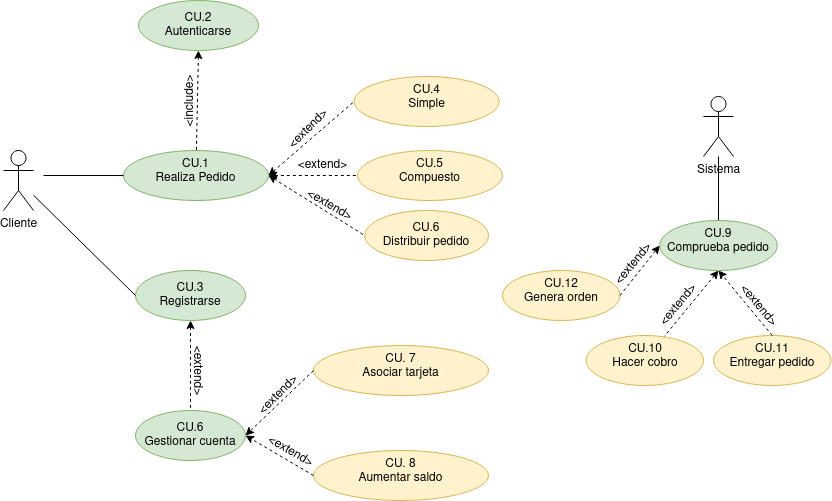
Above: Tareas/casosUso/Tarea5-Tienda Virtual/TiendaVirtual.drawio.png in colidom/ets (draw.io), before the change. Source tidied: cells renumbered, new cells last; positions are measured from the earlier drawing's top-left corner, leaving out a move shared by most shapes.
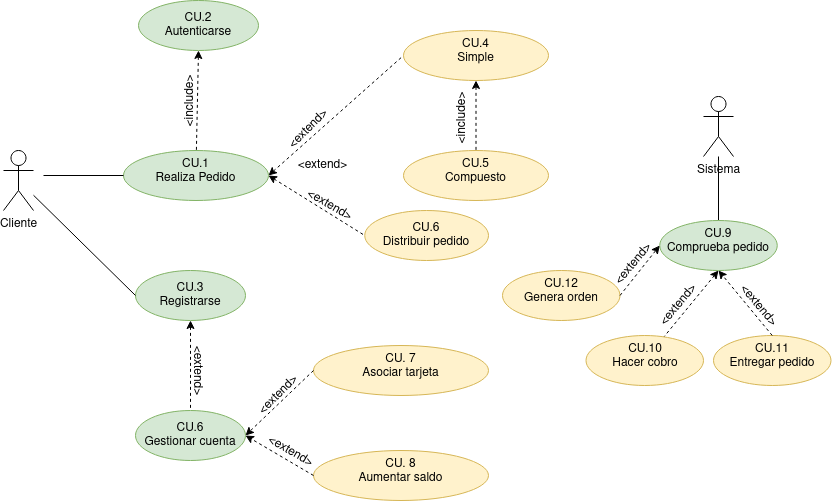
After the change.

What changed in the source:
```diff
@@ -49,12 +49,12 @@
       </mxGeometry>
     </mxCell>
     <mxCell id="16" value="&lt;div&gt;CU.4&lt;/div&gt;&lt;div&gt;Simple&lt;/div&gt;" style="ellipse;whiteSpace=wrap;html=1;verticalAlign=top;fillColor=#fff2cc;strokeColor=#d6b656;" parent="1" vertex="1">
-      <mxGeometry x="350.6" y="76" width="145" height="50" as="geometry" />
+      <mxGeometry x="400" y="30" width="145" height="50" as="geometry" />
     </mxCell>
     <mxCell id="17" value="&lt;div&gt;CU.5&lt;/div&gt;&lt;div&gt;Compuesto&lt;/div&gt;" style="ellipse;whiteSpace=wrap;html=1;verticalAlign=top;fillColor=#fff2cc;strokeColor=#d6b656;" parent="1" vertex="1">
-      <mxGeometry x="354" y="150" width="145" height="50" as="geometry" />
+      <mxGeometry x="400" y="150" width="145" height="50" as="geometry" />
     </mxCell>
-    <mxCell id="18" style="rounded=0;jettySize=auto;html=1;exitX=1;exitY=0.5;exitDx=0;exitDy=0;entryX=0;entryY=0.5;entryDx=0;entryDy=0;startArrow=classic;startFill=1;endArrow=none;endFill=0;dashed=1;" parent="1" edge="1" source="4" target="17">
+    <mxCell id="18" style="rounded=0;jettySize=auto;html=1;exitX=0.5;exitY=1;exitDx=0;exitDy=0;startArrow=classic;startFill=1;endArrow=none;endFill=0;dashed=1;" parent="1" edge="1" source="16" target="17">
       <mxGeometry relative="1" as="geometry" />
     </mxCell>
     <mxCell id="19" value="&amp;lt;extend&amp;gt;" style="text;html=1;align=center;verticalAlign=middle;strokeColor=none;fillColor=none;rotation=-45;" parent="1" vertex="1">
@@ -125,5 +125,8 @@
     <mxCell id="40" style="endArrow=classic;html=1;rounded=0;exitX=1;exitY=0.5;exitDx=0;exitDy=0;dashed=1;entryX=0;entryY=0.5;entryDx=0;entryDy=0;" parent="1" edge="1" source="38" target="29">
       <mxGeometry relative="1" as="geometry" />
     </mxCell>
+    <mxCell id="41" value="&amp;lt;include&amp;gt;" style="text;html=1;align=center;verticalAlign=middle;strokeColor=none;fillColor=none;rotation=-90;" parent="1" vertex="1">
+      <mxGeometry x="419" y="103" width="80" height="30" as="geometry" />
+    </mxCell>
   </root>
 </mxGraphModel>
```
